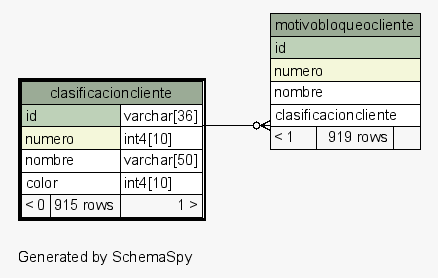
Earlier version of the Graphviz export postgresql/schemaSpy/salida/diagrams/clasificacioncliente.1degree.png (diegopablomansilla/massoftware_front). Its source is kept beside it as postgresql/schemaSpy/salida/diagrams/clasificacioncliente.1degree.dot.
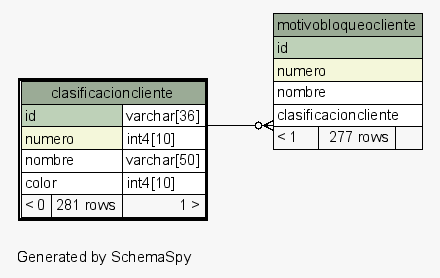
After the commit.

The edit, as a diff of the source:
```diff
@@ -26,7 +26,7 @@
       <TR><TD PORT="numero" COLSPAN="2" BGCOLOR="#f4f7da" ALIGN="LEFT">numero</TD><TD PORT="numero.type" ALIGN="LEFT">int4[10]</TD></TR>
       <TR><TD PORT="nombre" COLSPAN="2" ALIGN="LEFT">nombre</TD><TD PORT="nombre.type" ALIGN="LEFT">varchar[50]</TD></TR>
       <TR><TD PORT="color" COLSPAN="2" ALIGN="LEFT">color</TD><TD PORT="color.type" ALIGN="LEFT">int4[10]</TD></TR>
-      <TR><TD ALIGN="LEFT" BGCOLOR="#f7f7f7">&lt; 0</TD><TD ALIGN="RIGHT" BGCOLOR="#f7f7f7">915 rows</TD><TD ALIGN="RIGHT" BGCOLOR="#f7f7f7">1 &gt;</TD></TR>
+      <TR><TD ALIGN="LEFT" BGCOLOR="#f7f7f7">&lt; 0</TD><TD ALIGN="RIGHT" BGCOLOR="#f7f7f7">281 rows</TD><TD ALIGN="RIGHT" BGCOLOR="#f7f7f7">1 &gt;</TD></TR>
     </TABLE>>
     URL="clasificacioncliente.html"
     tooltip="clasificacioncliente"
@@ -39,7 +39,7 @@
       <TR><TD PORT="numero" COLSPAN="3" BGCOLOR="#f4f7da" ALIGN="LEFT">numero</TD></TR>
       <TR><TD PORT="nombre" COLSPAN="3" ALIGN="LEFT">nombre</TD></TR>
       <TR><TD PORT="clasificacioncliente" COLSPAN="3" ALIGN="LEFT">clasificacioncliente</TD></TR>
-      <TR><TD ALIGN="LEFT" BGCOLOR="#f7f7f7">&lt; 1</TD><TD ALIGN="RIGHT" BGCOLOR="#f7f7f7">919 rows</TD><TD ALIGN="RIGHT" BGCOLOR="#f7f7f7">  </TD></TR>
+      <TR><TD ALIGN="LEFT" BGCOLOR="#f7f7f7">&lt; 1</TD><TD ALIGN="RIGHT" BGCOLOR="#f7f7f7">277 rows</TD><TD ALIGN="RIGHT" BGCOLOR="#f7f7f7">  </TD></TR>
     </TABLE>>
     URL="motivobloqueocliente.html"
     tooltip="motivobloqueocliente"
```
